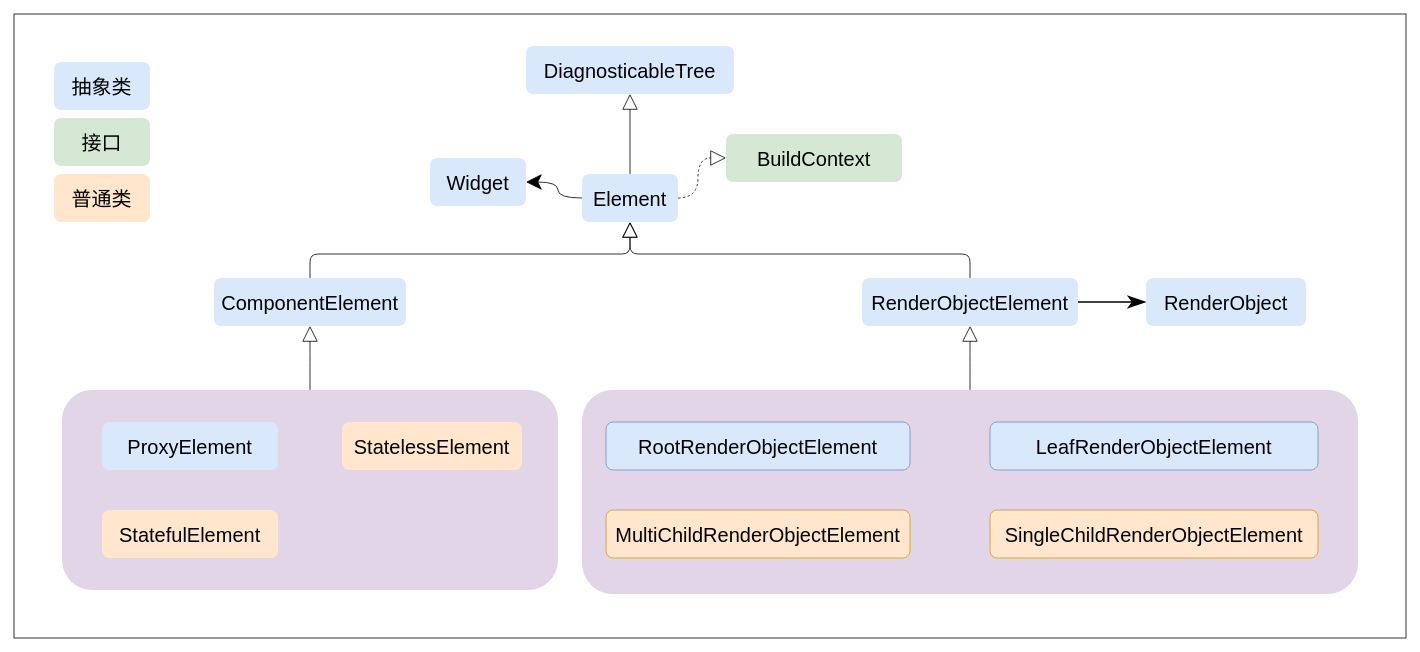
Earlier version of the draw.io diagram flutter/binding/Element_relationShip.drawio (ShzMinato/Flutter). Source tidied: cells renumbered, new cells numbered last; positions are measured from the earlier drawing's top-left corner, leaving out a move shared by most shapes. Both pictures are drawn from the tidied source at 80%, with x=0, y=0 at pixel (14, 14).
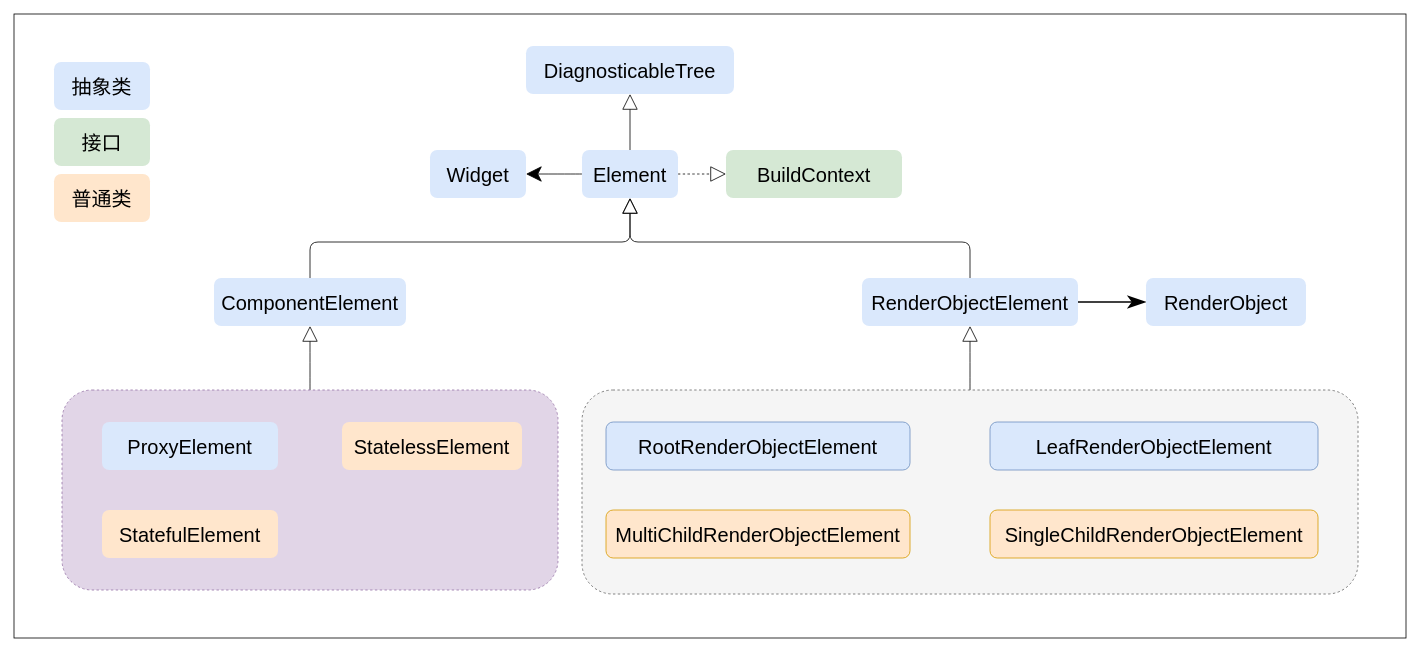
After the change.

Change to the diagram source:
```diff
@@
-    <mxCell id="4" style="rounded=1;whiteSpace=wrap;html=1;sketch=0;fontSize=25;fillColor=#e1d5e7;dashed=1;strokeColor=none;" parent="1" vertex="1">
+    <mxCell id="4" style="rounded=1;whiteSpace=wrap;html=1;sketch=0;fontSize=25;dashed=1;strokeColor=#666666;fillColor=#f5f5f5;fontColor=#333333;" parent="1" vertex="1">
       <mxGeometry x="710" y="470" width="970" height="255" as="geometry" />
     </mxCell>
@@
-    <mxCell id="6" style="rounded=1;whiteSpace=wrap;html=1;sketch=0;fontSize=25;fillColor=#e1d5e7;dashed=1;strokeColor=none;" parent="1" vertex="1">
+    <mxCell id="6" style="rounded=1;whiteSpace=wrap;html=1;sketch=0;fontSize=25;dashed=1;strokeColor=#9673a6;fillColor=#e1d5e7;" parent="1" vertex="1">
       <mxGeometry x="60" y="470" width="620" height="250" as="geometry" />
     </mxCell>
     <mxCell id="7" value="&lt;span style=&quot;font-size: 25px;&quot;&gt;BuildContext&lt;/span&gt;" style="rounded=1;whiteSpace=wrap;html=1;fontStyle=0;fillColor=#d5e8d4;fontSize=25;strokeColor=none;" parent="1" vertex="1">
-      <mxGeometry x="890" y="150" width="220" height="60" as="geometry" />
+      <mxGeometry x="890" y="170" width="220" height="60" as="geometry" />
     </mxCell>
@@
     <mxCell id="11" value="&lt;span style=&quot;font-size: 25px;&quot;&gt;Element&lt;/span&gt;" style="rounded=1;whiteSpace=wrap;html=1;fontStyle=0;fillColor=#dae8fc;fontSize=25;strokeColor=none;" parent="1" vertex="1">
-      <mxGeometry x="710" y="200" width="120" height="60" as="geometry" />
+      <mxGeometry x="710" y="170" width="120" height="60" as="geometry" />
     </mxCell>
@@
     <mxCell id="25" value="Widget" style="rounded=1;whiteSpace=wrap;html=1;sketch=0;fillColor=#dae8fc;fontSize=25;fontStyle=0;strokeColor=none;" parent="1" vertex="1">
-      <mxGeometry x="520" y="180" width="120" height="60" as="geometry" />
+      <mxGeometry x="520" y="170" width="120" height="60" as="geometry" />
     </mxCell>
```
